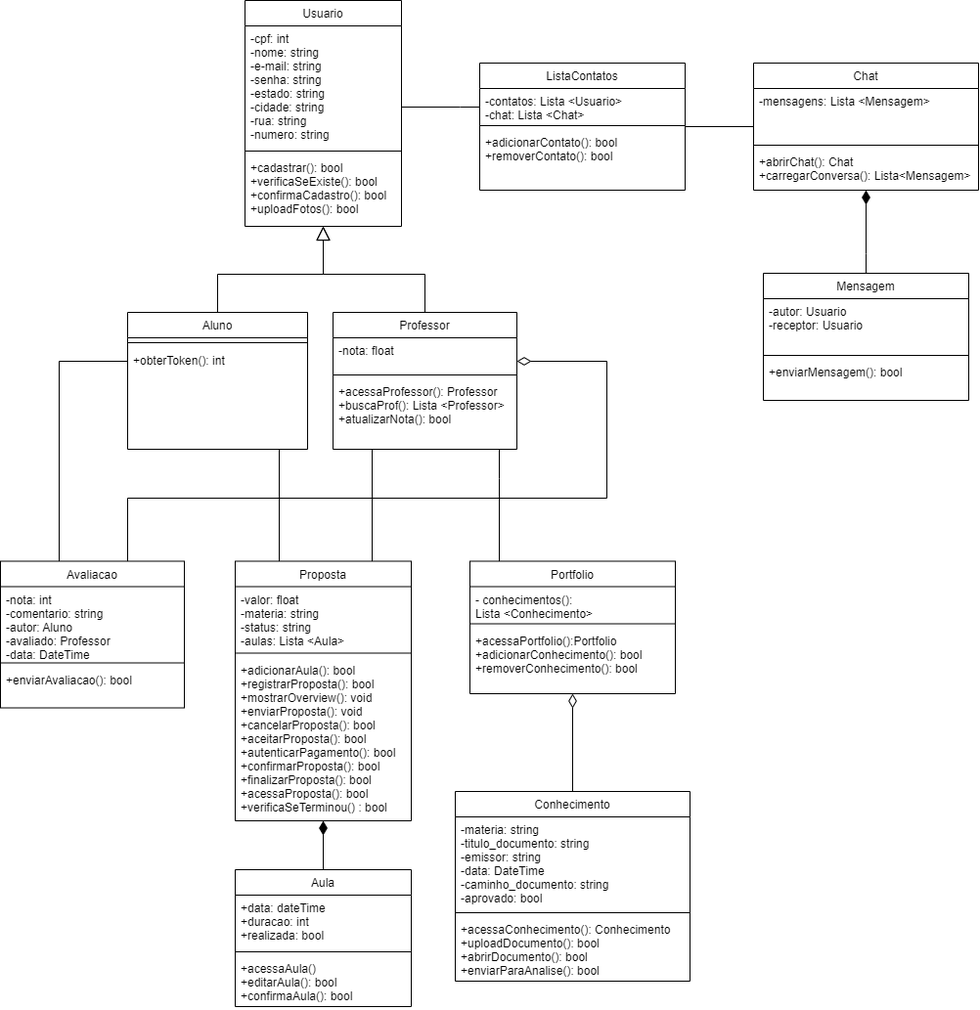
This is Diagrama_classe_dominio/diagramaClassR4.drawio.png from EijiDogen/BrainForHire, a draw.io export, as it was before one commit. Source tidied: cells renumbered, new cells last; positions are measured from the earlier drawing's top-left corner, leaving out a move shared by most shapes.
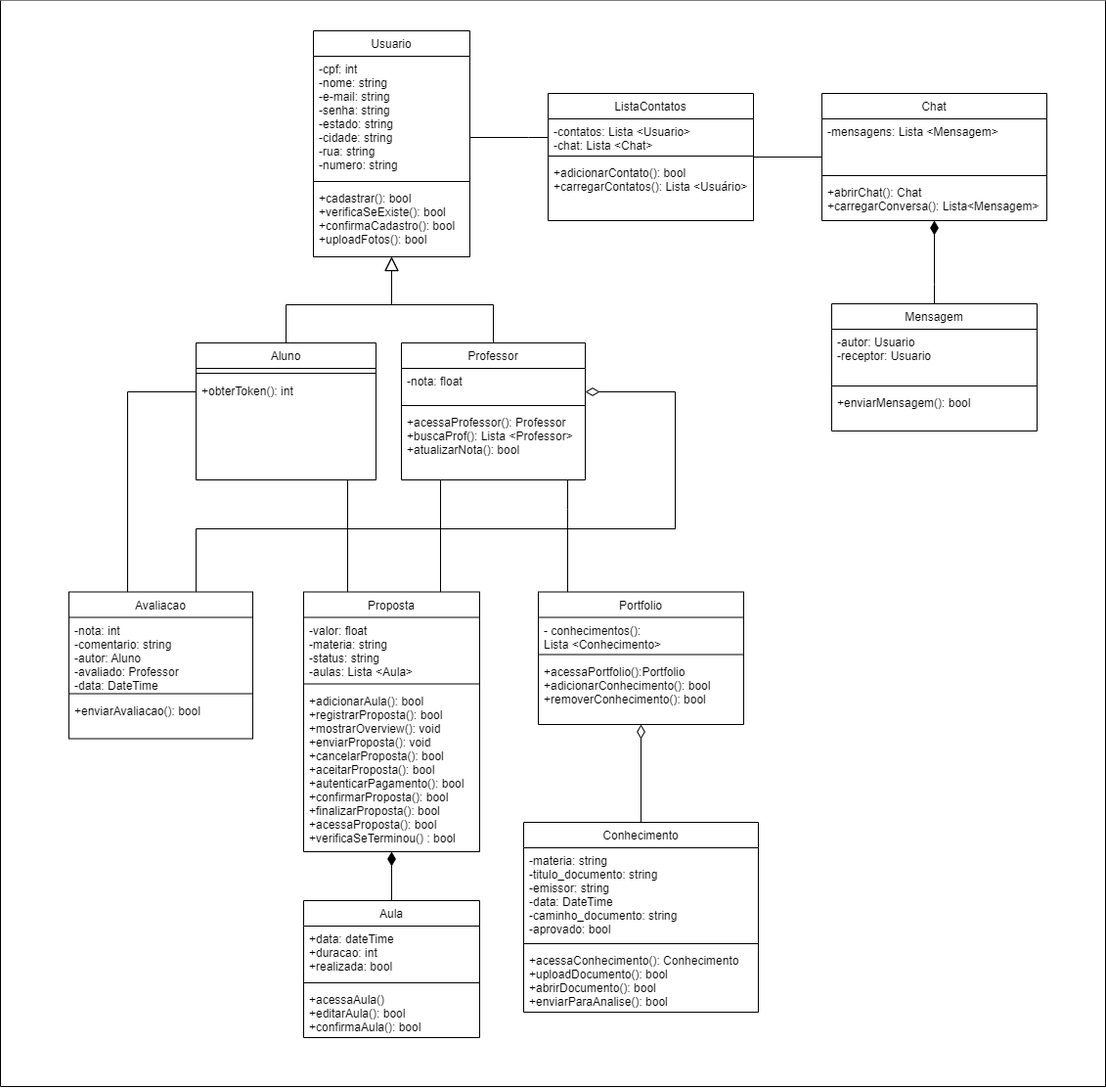
Later version of the same file.

Diff of the diagram source:
```diff
@@ -1,6 +1,10 @@
 <mxGraphModel>
   <root>
     <mxCell id="0" />
+    <mxCell id="57" value="Window" parent="0" />
+    <mxCell id="58" style="swimlane;startSize=0;labelBorderColor=none;swimlaneFillColor=#FFFFFF;" parent="57" vertex="1">
+      <mxGeometry x="-70" y="-31" width="1130" height="1110" as="geometry" />
+    </mxCell>
     <mxCell id="1" parent="0" />
     <mxCell id="2" value="Usuario" style="swimlane;fontStyle=0;align=center;verticalAlign=top;horizontal=1;startSize=26;rounded=0;shadow=0;strokeWidth=1;" parent="1" vertex="1">
       <mxGeometry x="250" width="160" height="231" as="geometry" />
@@ -162,7 +166,7 @@
     <mxCell id="45" style="line;html=1;strokeWidth=1;align=left;verticalAlign=middle;spacingTop=-1;spacingLeft=3;spacingRight=3;labelPosition=right;" parent="43" vertex="1">
       <mxGeometry y="60" width="210" height="8" as="geometry" />
     </mxCell>
-    <mxCell id="46" value="+adicionarContato(): bool&#10;+removerContato(): bool&#10;" style="text;align=left;verticalAlign=top;spacingLeft=4;spacingRight=4;overflow=hidden;" parent="43" vertex="1">
+    <mxCell id="46" value="+adicionarContato(): bool&#10;+carregarContatos(): Lista &lt;Usuário&gt;" style="text;align=left;verticalAlign=top;spacingLeft=4;spacingRight=4;overflow=hidden;" parent="43" vertex="1">
       <mxGeometry y="68" width="210" height="62" as="geometry" />
     </mxCell>
     <mxCell id="47" style="edgeStyle=orthogonalEdgeStyle;rounded=0;jettySize=auto;html=1;endArrow=diamondThin;endFill=1;endSize=12;" parent="1" edge="1" source="48" target="29">
```
